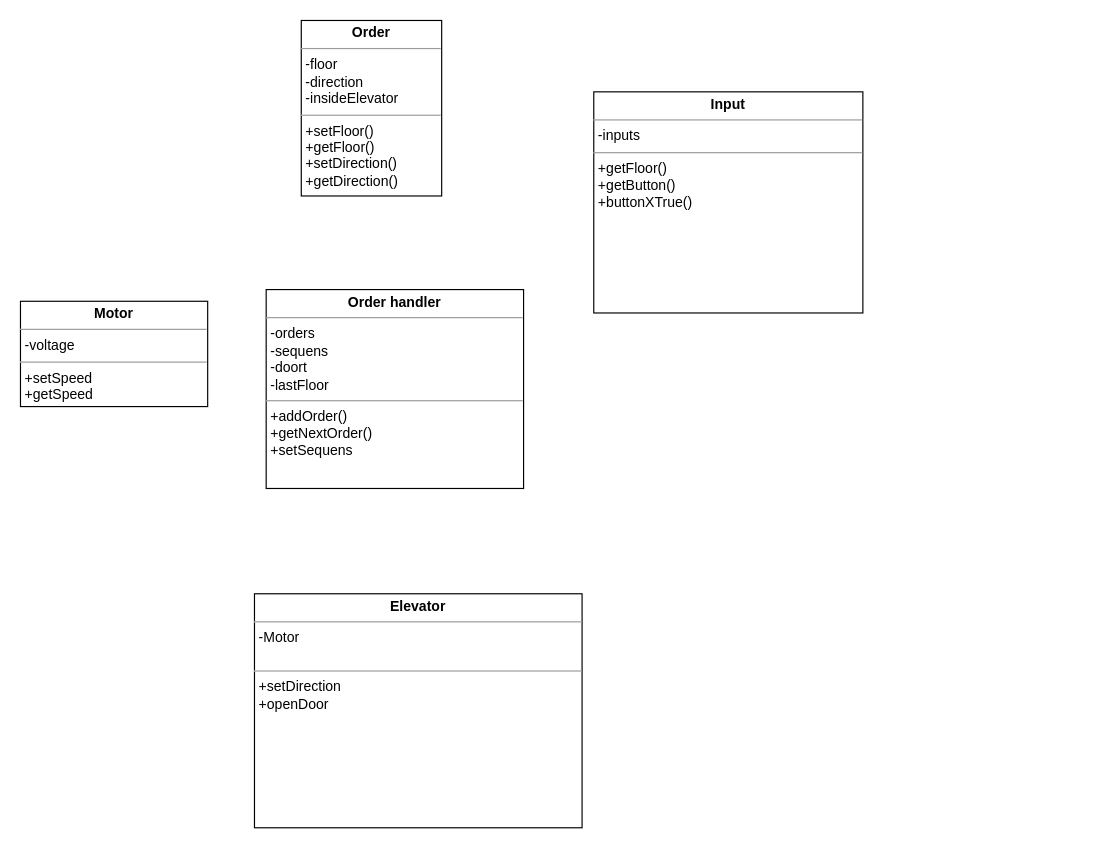
KasperTL/Heislab keeps this draw.io diagram as UML/klassediagram.drawio. Above is the earlier version. Source tidied: cells renumbered, new cells numbered last; positions are measured from the earlier drawing's top-left corner, leaving out a move shared by most shapes. Both pictures are drawn from the tidied source at 117%, with x=0, y=0 at pixel (20, 20).
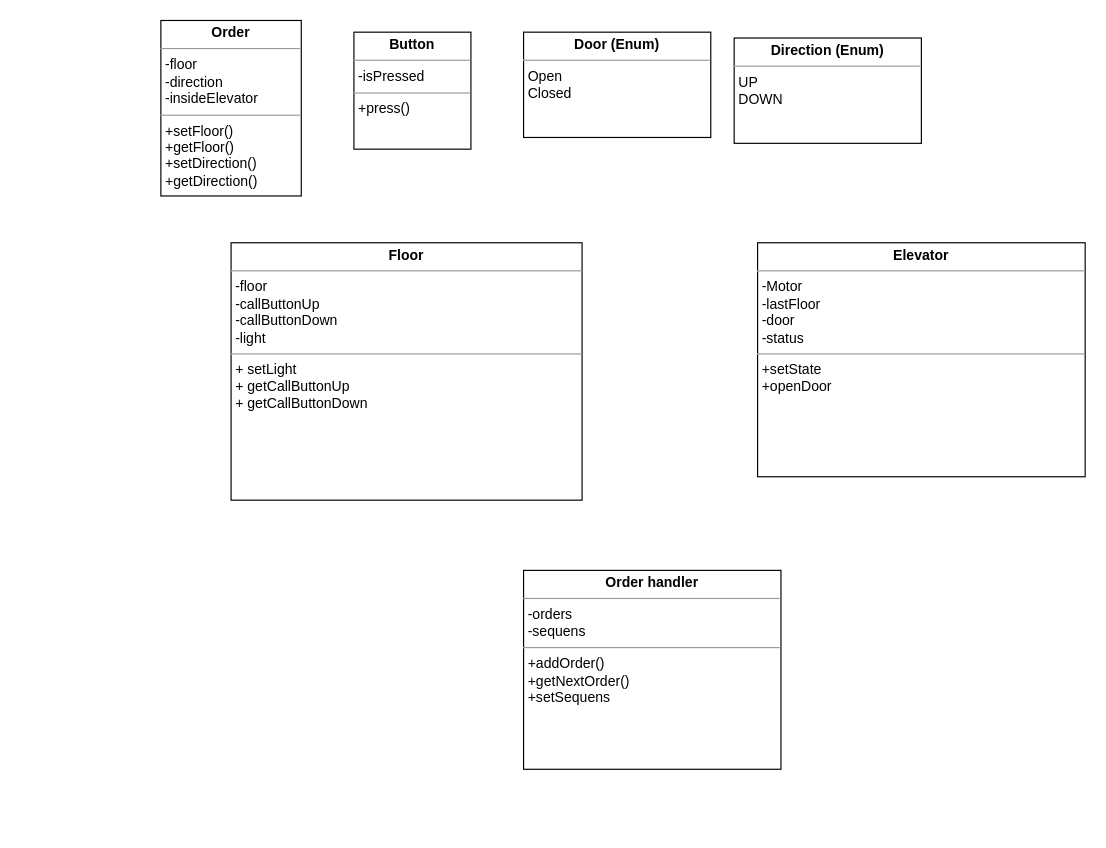
Above is the later version.

Commit message (it also covers changes not shown here):
første utkast av klassediagram

Diff of the diagram source:
```diff
@@
 <mxGraphModel>
   <root>
     <mxCell id="0" />
     <mxCell id="1" parent="0" />
-    <mxCell id="2" value="&lt;p style=&quot;margin:0px;margin-top:4px;text-align:center;&quot;&gt;&lt;b&gt;Elevat&lt;/b&gt;&lt;b style=&quot;background-color: initial;&quot;&gt;or&lt;/b&gt;&lt;/p&gt;&lt;hr size=&quot;1&quot;&gt;&lt;p style=&quot;margin:0px;margin-left:4px;&quot;&gt;-Motor&lt;/p&gt;&lt;p style=&quot;margin:0px;margin-left:4px;&quot;&gt;&lt;br&gt;&lt;/p&gt;&lt;hr size=&quot;1&quot;&gt;&lt;p style=&quot;margin:0px;margin-left:4px;&quot;&gt;+setDirection&lt;/p&gt;&lt;p style=&quot;margin:0px;margin-left:4px;&quot;&gt;+openDoor&lt;/p&gt;" style="verticalAlign=top;align=left;overflow=fill;fontSize=12;fontFamily=Helvetica;html=1;" parent="1" vertex="1">
-      <mxGeometry x="200" y="490" width="280" height="200" as="geometry" />
+    <mxCell id="2" value="&lt;p style=&quot;margin:0px;margin-top:4px;text-align:center;&quot;&gt;&lt;b&gt;Elevat&lt;/b&gt;&lt;b style=&quot;background-color: initial;&quot;&gt;or&lt;/b&gt;&lt;/p&gt;&lt;hr size=&quot;1&quot;&gt;&lt;p style=&quot;margin:0px;margin-left:4px;&quot;&gt;-Motor&lt;/p&gt;&lt;p style=&quot;margin:0px;margin-left:4px;&quot;&gt;-lastFloor&lt;br&gt;&lt;/p&gt;&lt;p style=&quot;margin:0px;margin-left:4px;&quot;&gt;-door&lt;/p&gt;&lt;p style=&quot;margin:0px;margin-left:4px;&quot;&gt;-status&lt;/p&gt;&lt;hr size=&quot;1&quot;&gt;&lt;p style=&quot;margin:0px;margin-left:4px;&quot;&gt;+setState&lt;/p&gt;&lt;p style=&quot;margin:0px;margin-left:4px;&quot;&gt;+openDoor&lt;/p&gt;&lt;p style=&quot;margin:0px;margin-left:4px;&quot;&gt;&lt;br&gt;&lt;/p&gt;" style="verticalAlign=top;align=left;overflow=fill;fontSize=12;fontFamily=Helvetica;html=1;" parent="1" vertex="1">
+      <mxGeometry x="630" y="190" width="280" height="200" as="geometry" />
     </mxCell>
     <mxCell id="3" value="&lt;p style=&quot;margin:0px;margin-top:4px;text-align:center;&quot;&gt;&lt;b&gt;Order&lt;/b&gt;&lt;/p&gt;&lt;hr size=&quot;1&quot;&gt;&lt;p style=&quot;margin:0px;margin-left:4px;&quot;&gt;-floor&lt;/p&gt;&lt;p style=&quot;margin:0px;margin-left:4px;&quot;&gt;-direction&lt;/p&gt;&lt;p style=&quot;margin:0px;margin-left:4px;&quot;&gt;-insideElevator&lt;/p&gt;&lt;hr size=&quot;1&quot;&gt;&lt;p style=&quot;margin:0px;margin-left:4px;&quot;&gt;+setFloor()&lt;/p&gt;&lt;p style=&quot;margin:0px;margin-left:4px;&quot;&gt;+getFloor()&lt;/p&gt;&lt;p style=&quot;margin:0px;margin-left:4px;&quot;&gt;+setDirection()&lt;/p&gt;&lt;p style=&quot;margin:0px;margin-left:4px;&quot;&gt;+getDirection()&lt;/p&gt;" style="verticalAlign=top;align=left;overflow=fill;fontSize=12;fontFamily=Helvetica;html=1;" parent="1" vertex="1">
-      <mxGeometry x="240" width="120" height="150" as="geometry" />
+      <mxGeometry x="120" width="120" height="150" as="geometry" />
     </mxCell>
-    <mxCell id="4" value="&lt;p style=&quot;margin:0px;margin-top:4px;text-align:center;&quot;&gt;&lt;b style=&quot;background-color: initial;&quot;&gt;Order handler&lt;/b&gt;&lt;br&gt;&lt;/p&gt;&lt;hr size=&quot;1&quot;&gt;&lt;p style=&quot;margin:0px;margin-left:4px;&quot;&gt;-orders&lt;/p&gt;&lt;p style=&quot;margin:0px;margin-left:4px;&quot;&gt;-sequens&lt;/p&gt;&lt;p style=&quot;margin: 0px 0px 0px 4px;&quot;&gt;-doort&lt;/p&gt;&lt;p style=&quot;margin: 0px 0px 0px 4px;&quot;&gt;-lastFloor&lt;/p&gt;&lt;hr size=&quot;1&quot;&gt;&lt;p style=&quot;margin:0px;margin-left:4px;&quot;&gt;+addOrder()&lt;/p&gt;&lt;p style=&quot;margin:0px;margin-left:4px;&quot;&gt;+getNextOrder()&lt;/p&gt;&lt;p style=&quot;margin:0px;margin-left:4px;&quot;&gt;+setSequens&lt;/p&gt;&lt;p style=&quot;margin:0px;margin-left:4px;&quot;&gt;&lt;br&gt;&lt;/p&gt;&lt;p style=&quot;margin:0px;margin-left:4px;&quot;&gt;&lt;br&gt;&lt;/p&gt;" style="verticalAlign=top;align=left;overflow=fill;fontSize=12;fontFamily=Helvetica;html=1;" parent="1" vertex="1">
-      <mxGeometry x="210" y="230" width="220" height="170" as="geometry" />
+    <mxCell id="4" value="&lt;p style=&quot;margin:0px;margin-top:4px;text-align:center;&quot;&gt;&lt;b style=&quot;background-color: initial;&quot;&gt;Order handler&lt;/b&gt;&lt;br&gt;&lt;/p&gt;&lt;hr size=&quot;1&quot;&gt;&lt;p style=&quot;margin:0px;margin-left:4px;&quot;&gt;-orders&lt;/p&gt;&lt;p style=&quot;margin:0px;margin-left:4px;&quot;&gt;-sequens&lt;/p&gt;&lt;hr size=&quot;1&quot;&gt;&lt;p style=&quot;margin:0px;margin-left:4px;&quot;&gt;+addOrder()&lt;/p&gt;&lt;p style=&quot;margin:0px;margin-left:4px;&quot;&gt;+getNextOrder()&lt;/p&gt;&lt;p style=&quot;margin:0px;margin-left:4px;&quot;&gt;+setSequens&lt;/p&gt;&lt;p style=&quot;margin:0px;margin-left:4px;&quot;&gt;&lt;br&gt;&lt;/p&gt;&lt;p style=&quot;margin:0px;margin-left:4px;&quot;&gt;&lt;br&gt;&lt;/p&gt;" style="verticalAlign=top;align=left;overflow=fill;fontSize=12;fontFamily=Helvetica;html=1;" parent="1" vertex="1">
+      <mxGeometry x="430" y="470" width="220" height="170" as="geometry" />
     </mxCell>
-    <mxCell id="5" value="&lt;p style=&quot;margin:0px;margin-top:4px;text-align:center;&quot;&gt;&lt;b&gt;Motor&lt;/b&gt;&lt;/p&gt;&lt;hr size=&quot;1&quot;&gt;&lt;p style=&quot;margin:0px;margin-left:4px;&quot;&gt;-voltage&lt;/p&gt;&lt;hr size=&quot;1&quot;&gt;&lt;p style=&quot;margin:0px;margin-left:4px;&quot;&gt;+setSpeed&lt;/p&gt;&lt;p style=&quot;margin:0px;margin-left:4px;&quot;&gt;+getSpeed&lt;/p&gt;" style="verticalAlign=top;align=left;overflow=fill;fontSize=12;fontFamily=Helvetica;html=1;" parent="1" vertex="1">
-      <mxGeometry y="240" width="160" height="90" as="geometry" />
-    </mxCell>
-    <mxCell id="6" value="&lt;p style=&quot;margin:0px;margin-top:4px;text-align:center;&quot;&gt;&lt;b&gt;Input&lt;/b&gt;&lt;/p&gt;&lt;hr size=&quot;1&quot;&gt;&lt;p style=&quot;margin:0px;margin-left:4px;&quot;&gt;-inputs&lt;/p&gt;&lt;hr size=&quot;1&quot;&gt;&lt;p style=&quot;margin:0px;margin-left:4px;&quot;&gt;+getFloor()&lt;/p&gt;&lt;p style=&quot;margin:0px;margin-left:4px;&quot;&gt;+getButton()&lt;/p&gt;&lt;p style=&quot;margin:0px;margin-left:4px;&quot;&gt;+buttonXTrue()&lt;/p&gt;&lt;p style=&quot;margin:0px;margin-left:4px;&quot;&gt;&lt;br&gt;&lt;/p&gt;" style="verticalAlign=top;align=left;overflow=fill;fontSize=12;fontFamily=Helvetica;html=1;" parent="1" vertex="1">
-      <mxGeometry x="490" y="61" width="230" height="189" as="geometry" />
+    <mxCell id="6" value="&lt;p style=&quot;margin:0px;margin-top:4px;text-align:center;&quot;&gt;&lt;b&gt;Button&lt;/b&gt;&lt;/p&gt;&lt;hr size=&quot;1&quot;&gt;&lt;p style=&quot;margin:0px;margin-left:4px;&quot;&gt;-isPressed&lt;/p&gt;&lt;hr size=&quot;1&quot;&gt;&lt;p style=&quot;margin:0px;margin-left:4px;&quot;&gt;&lt;span style=&quot;background-color: initial;&quot;&gt;+press()&lt;/span&gt;&lt;/p&gt;" style="verticalAlign=top;align=left;overflow=fill;fontSize=12;fontFamily=Helvetica;html=1;" parent="1" vertex="1">
+      <mxGeometry x="285" y="10" width="100" height="100" as="geometry" />
     </mxCell>
+    <mxCell id="7" value="&lt;p style=&quot;margin:0px;margin-top:4px;text-align:center;&quot;&gt;&lt;b&gt;Floor&lt;/b&gt;&lt;/p&gt;&lt;hr size=&quot;1&quot;&gt;&lt;p style=&quot;margin:0px;margin-left:4px;&quot;&gt;-floor&lt;/p&gt;&lt;p style=&quot;margin:0px;margin-left:4px;&quot;&gt;-callButtonUp&lt;/p&gt;&lt;p style=&quot;margin:0px;margin-left:4px;&quot;&gt;-callButtonDown&lt;/p&gt;&lt;p style=&quot;margin:0px;margin-left:4px;&quot;&gt;-light&lt;/p&gt;&lt;hr size=&quot;1&quot;&gt;&lt;p style=&quot;margin:0px;margin-left:4px;&quot;&gt;+ setLight&lt;/p&gt;&lt;p style=&quot;margin:0px;margin-left:4px;&quot;&gt;+ getCallButtonUp&lt;/p&gt;&lt;p style=&quot;margin:0px;margin-left:4px;&quot;&gt;+ getCallButtonDown&lt;/p&gt;&lt;p style=&quot;margin:0px;margin-left:4px;&quot;&gt;&lt;br&gt;&lt;/p&gt;" style="verticalAlign=top;align=left;overflow=fill;fontSize=12;fontFamily=Helvetica;html=1;" parent="1" vertex="1">
+      <mxGeometry x="180" y="190" width="300" height="220" as="geometry" />
+    </mxCell>
+    <mxCell id="8" value="&lt;p style=&quot;margin:0px;margin-top:4px;text-align:center;&quot;&gt;&lt;b&gt;Door (Enum)&lt;/b&gt;&lt;/p&gt;&lt;hr size=&quot;1&quot;&gt;&lt;p style=&quot;margin:0px;margin-left:4px;&quot;&gt;Open&lt;/p&gt;&lt;p style=&quot;margin:0px;margin-left:4px;&quot;&gt;Closed&lt;/p&gt;" style="verticalAlign=top;align=left;overflow=fill;fontSize=12;fontFamily=Helvetica;html=1;" parent="1" vertex="1">
+      <mxGeometry x="430" y="10" width="160" height="90" as="geometry" />
+    </mxCell>
+    <mxCell id="9" value="&lt;p style=&quot;margin:0px;margin-top:4px;text-align:center;&quot;&gt;&lt;b&gt;Direction (Enum)&lt;/b&gt;&lt;/p&gt;&lt;hr size=&quot;1&quot;&gt;&lt;p style=&quot;margin:0px;margin-left:4px;&quot;&gt;UP&lt;/p&gt;&lt;p style=&quot;margin:0px;margin-left:4px;&quot;&gt;DOWN&lt;/p&gt;" style="verticalAlign=top;align=left;overflow=fill;fontSize=12;fontFamily=Helvetica;html=1;" parent="1" vertex="1">
+      <mxGeometry x="610" y="15" width="160" height="90" as="geometry" />
+    </mxCell>
   </root>
 </mxGraphModel>
```
